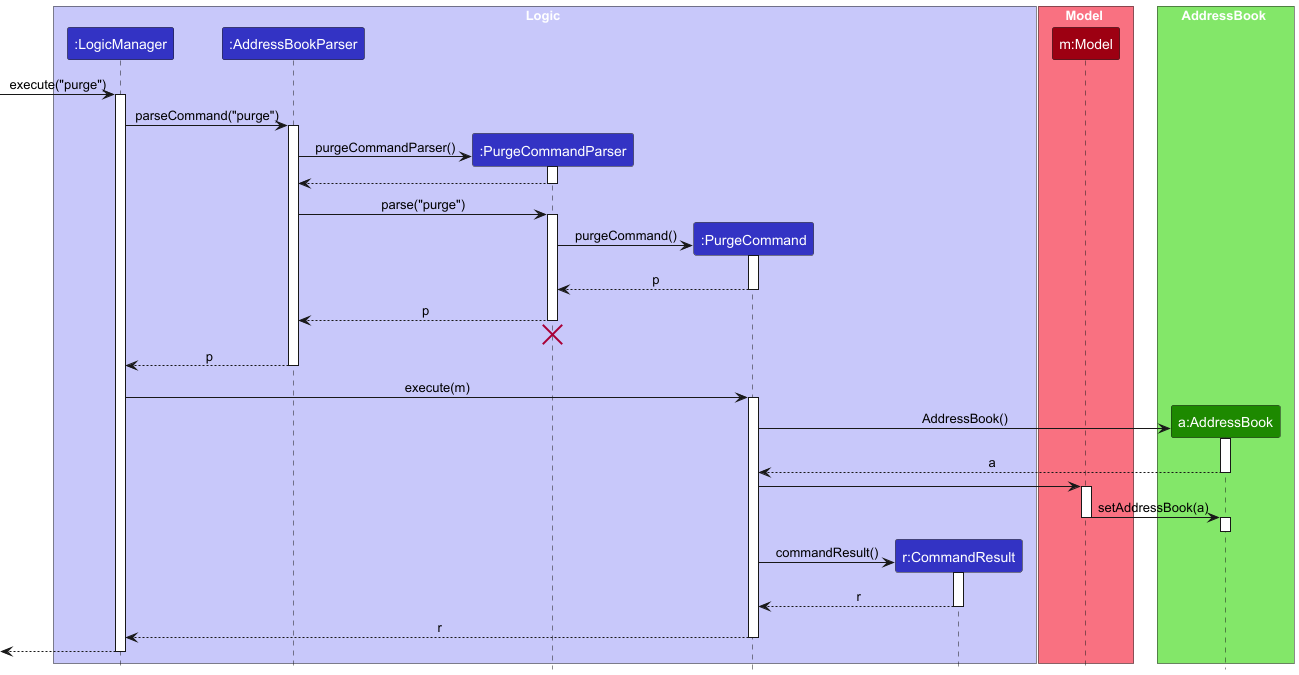
Above: docs/images/PurgeSequenceDiagram.png in boinkkitty/tp (PlantUML), before the change. Source of this version:
```plantuml
@startuml
!include style.puml
skinparam ArrowFontStyle plain


box Logic LOGIC_COLOR_T1
participant ":LogicManager" as LogicManager LOGIC_COLOR
participant ":AddressBookParser" as AddressBookParser LOGIC_COLOR
participant ":PurgeCommandParser" as PurgeCommandParser LOGIC_COLOR
participant ":PurgeCommand" as PurgeCommand LOGIC_COLOR
participant "r:CommandResult" as CommandResult LOGIC_COLOR
end box


box Model MODEL_COLOR_T1
participant "m:Model" as Model MODEL_COLOR
end box

box AddressBook UI_COLOR_T1
participant "a:AddressBook" as AddressBook UI_COLOR
end box

[-> LogicManager : execute("purge")
activate LogicManager

LogicManager -> AddressBookParser: parseCommand("purge")
activate AddressBookParser

create PurgeCommandParser
AddressBookParser -> PurgeCommandParser : purgeCommandParser()
activate PurgeCommandParser

PurgeCommandParser --> AddressBookParser
deactivate PurgeCommandParser


AddressBookParser -> PurgeCommandParser: parse("purge")

activate PurgeCommandParser

create PurgeCommand
PurgeCommandParser -> PurgeCommand:purgeCommand()
activate PurgeCommand

PurgeCommand --> PurgeCommandParser : p
deactivate PurgeCommand


PurgeCommandParser --> AddressBookParser : p
deactivate PurgeCommandParser
PurgeCommandParser -[hidden]-> AddressBookParser
destroy PurgeCommandParser

AddressBookParser --> LogicManager : p
deactivate AddressBookParser

LogicManager -> PurgeCommand : execute(m)
activate PurgeCommand

create AddressBook
PurgeCommand -> AddressBook : AddressBook()
activate AddressBook
AddressBook --> PurgeCommand : a
deactivate AddressBook

PurgeCommand -> Model
activate Model
Model -> AddressBook : setAddressBook(a)
deactivate Model
activate AddressBook
AddressBook -[hidden]-> PurgeCommand
deactivate AddressBook


create CommandResult
PurgeCommand -> CommandResult : commandResult()
activate CommandResult

CommandResult --> PurgeCommand : r
deactivate CommandResult

PurgeCommand --> LogicManager : r
deactivate PurgeCommand

[<--LogicManager
deactivate LogicManager
@enduml
```
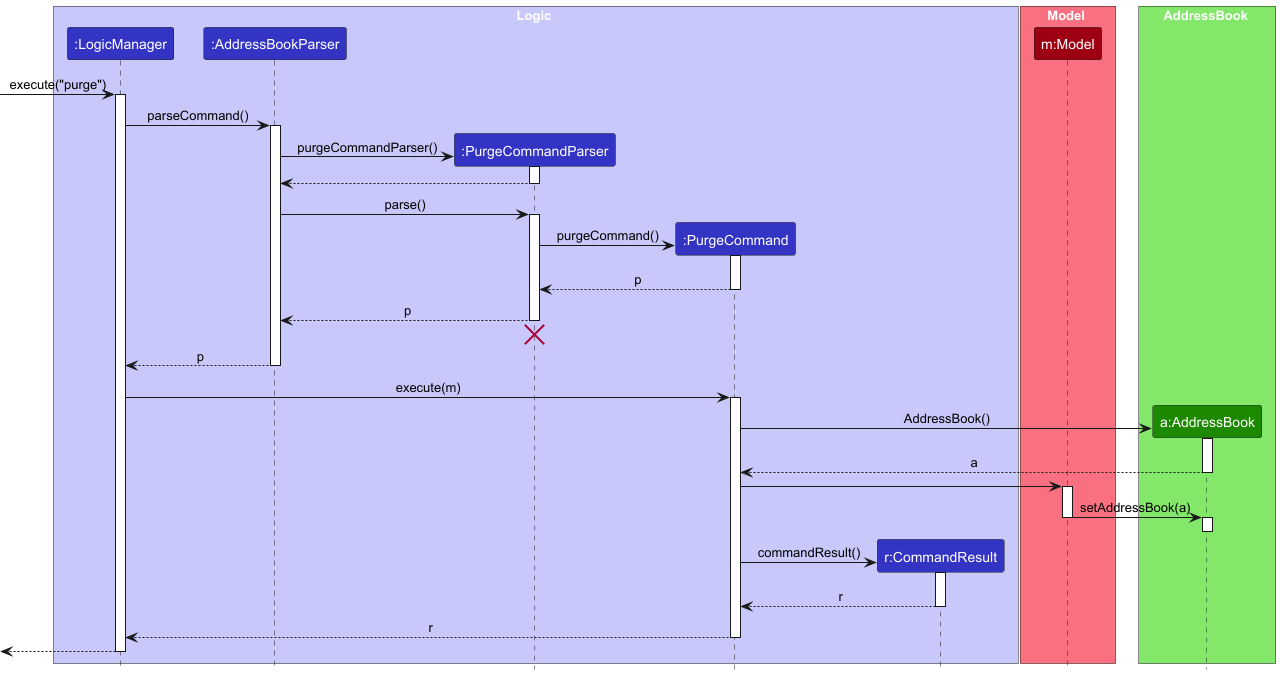
After the commit.

The edit, as a diff of the source:
```diff
@@ -23,7 +23,7 @@
 [-> LogicManager : execute("purge")
 activate LogicManager
 
-LogicManager -> AddressBookParser: parseCommand("purge")
+LogicManager -> AddressBookParser: parseCommand()
 activate AddressBookParser
 
 create PurgeCommandParser
@@ -34,7 +34,7 @@
 deactivate PurgeCommandParser
 
 
-AddressBookParser -> PurgeCommandParser: parse("purge")
+AddressBookParser -> PurgeCommandParser: parse()
 
 activate PurgeCommandParser
 
```
